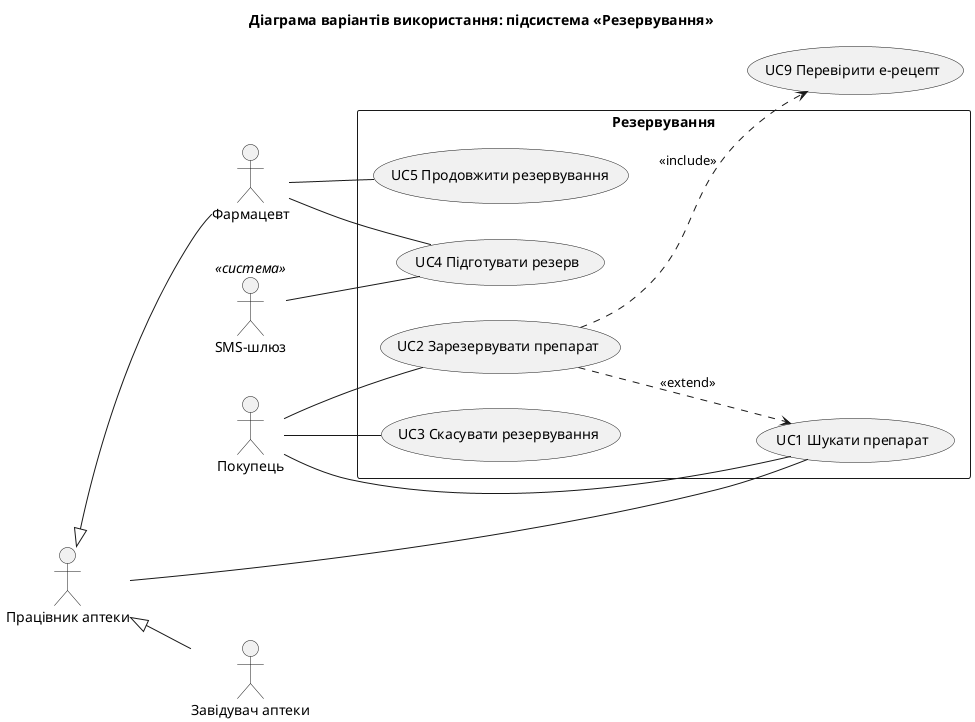
The PlantUML diagram lab3/diagrams/uc_reservation.png in AlexFRUZ/ISDD, before a commit. The source it was exported from:
```plantuml
@startuml uc_reservation
title Діаграма варіантів використання: підсистема «Резервування»
left to right direction
skinparam packageStyle rectangle

actor "Покупець" as A1
actor "Працівник аптеки" as A2
actor "Фармацевт" as A3
actor "Завідувач аптеки" as A4
actor "SMS-шлюз" as A5 <<система>>

rectangle "Резервування" {
  usecase "UC1 Шукати препарат" as UC1
  usecase "UC2 Зарезервувати препарат" as UC2
  usecase "UC3 Скасувати резервування" as UC3
  usecase "UC4 Підготувати резерв" as UC4
  usecase "UC5 Продовжити резервування" as UC5
}

usecase "UC9 Перевірити е-рецепт" as UC9
A2 <|-- A3
A2 <|-- A4
A1 -- UC1
A2 -- UC1
A1 -- UC2
UC2 ..> UC9 : <<include>>
UC2 ..> UC1 : <<extend>>
A1 -- UC3
A3 -- UC4
A5 -- UC4
A3 -- UC5
@enduml
```
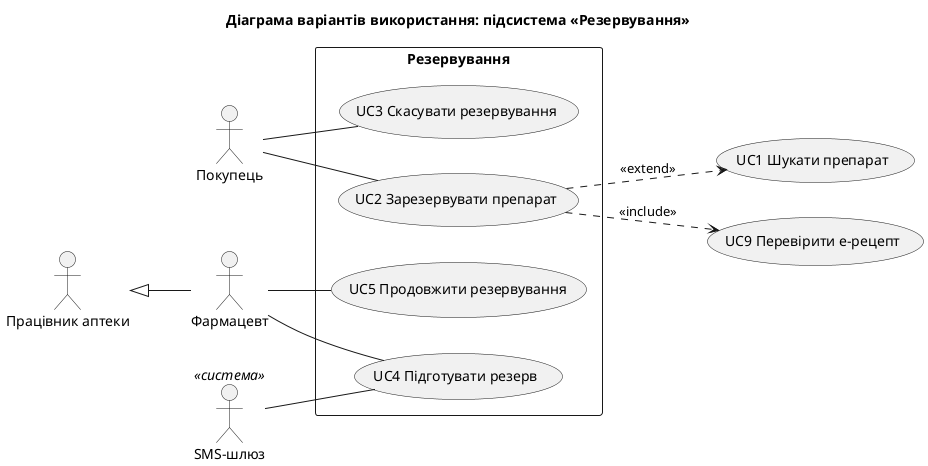
The same file after the commit.

Change to the diagram source:
```diff
@@ -6,27 +6,23 @@
 actor "Покупець" as A1
 actor "Працівник аптеки" as A2
 actor "Фармацевт" as A3
-actor "Завідувач аптеки" as A4
-actor "SMS-шлюз" as A5 <<система>>
+actor "SMS-шлюз" as A4 <<система>>
 
 rectangle "Резервування" {
-  usecase "UC1 Шукати препарат" as UC1
   usecase "UC2 Зарезервувати препарат" as UC2
   usecase "UC3 Скасувати резервування" as UC3
   usecase "UC4 Підготувати резерв" as UC4
   usecase "UC5 Продовжити резервування" as UC5
 }
 
+usecase "UC1 Шукати препарат" as UC1
 usecase "UC9 Перевірити е-рецепт" as UC9
 A2 <|-- A3
-A2 <|-- A4
-A1 -- UC1
-A2 -- UC1
 A1 -- UC2
 UC2 ..> UC9 : <<include>>
 UC2 ..> UC1 : <<extend>>
 A1 -- UC3
 A3 -- UC4
-A5 -- UC4
+A4 -- UC4
 A3 -- UC5
 @enduml
```
